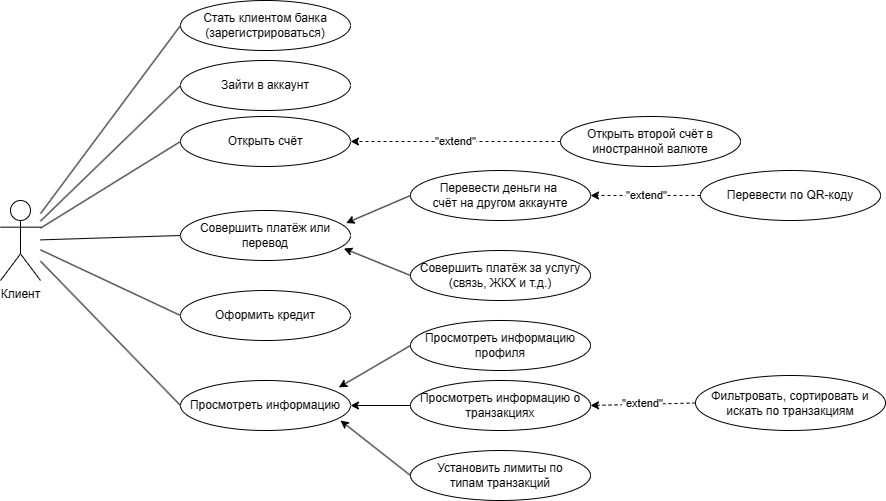
user-of-github/BSUIR_Labs_Financial-information-processing-technologies keeps this draw.io diagram as LR1/usecase.png. Above is the earlier version. Source tidied: cells renumbered, new cells last; positions are measured from the earlier drawing's top-left corner, leaving out a move shared by most shapes.
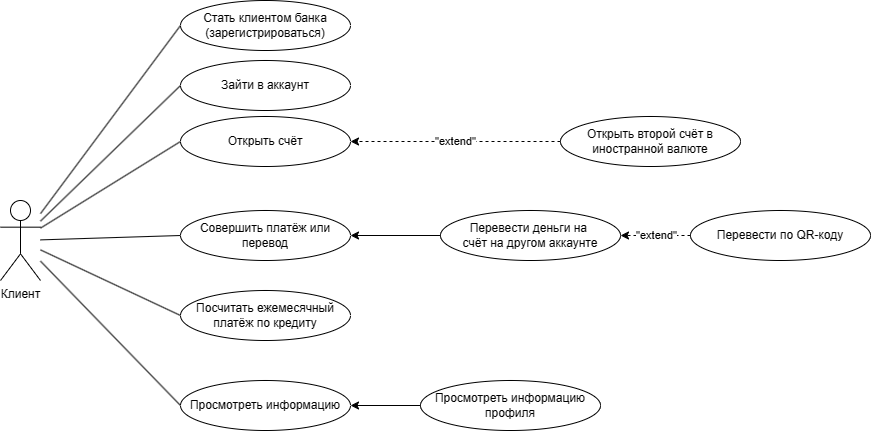
Later version of the same file.

The edit, as a diff of the source:
```diff
@@ -12,38 +12,23 @@
       <mxGeometry x="180" y="210" width="170" height="50" as="geometry" />
     </mxCell>
     <mxCell id="5" value="Перевести деньги на&amp;nbsp;&lt;br&gt;счёт на другом аккаунте" style="ellipse;whiteSpace=wrap;html=1;" parent="1" vertex="1">
-      <mxGeometry x="410" y="170" width="180" height="50" as="geometry" />
+      <mxGeometry x="440" y="210" width="180" height="50" as="geometry" />
     </mxCell>
-    <mxCell id="6" value="Совершить платёж за услугу (связь, ЖКХ и т.д.)" style="ellipse;whiteSpace=wrap;html=1;" parent="1" vertex="1">
-      <mxGeometry x="410" y="250" width="180" height="50" as="geometry" />
-    </mxCell>
     <mxCell id="7" value="Перевести по QR-коду" style="ellipse;whiteSpace=wrap;html=1;" parent="1" vertex="1">
-      <mxGeometry x="700" y="170" width="180" height="50" as="geometry" />
+      <mxGeometry x="690" y="210" width="180" height="50" as="geometry" />
     </mxCell>
     <mxCell id="8" value="Зайти в аккаунт" style="ellipse;whiteSpace=wrap;html=1;" parent="1" vertex="1">
       <mxGeometry x="180" y="60" width="170" height="50" as="geometry" />
     </mxCell>
-    <mxCell id="9" value="Оформить кредит" style="ellipse;whiteSpace=wrap;html=1;" parent="1" vertex="1">
+    <mxCell id="9" value="Посчитать ежемесячный платёж по кредиту" style="ellipse;whiteSpace=wrap;html=1;" parent="1" vertex="1">
       <mxGeometry x="180" y="290" width="170" height="50" as="geometry" />
     </mxCell>
     <mxCell id="10" value="Просмотреть информацию" style="ellipse;whiteSpace=wrap;html=1;" parent="1" vertex="1">
       <mxGeometry x="180" y="380" width="170" height="50" as="geometry" />
     </mxCell>
     <mxCell id="11" value="Просмотреть информацию профиля" style="ellipse;whiteSpace=wrap;html=1;" parent="1" vertex="1">
-      <mxGeometry x="410" y="320" width="180" height="50" as="geometry" />
+      <mxGeometry x="420" y="380" width="180" height="50" as="geometry" />
     </mxCell>
-    <mxCell id="12" value="Просмотреть информацию о транзакциях" style="ellipse;whiteSpace=wrap;html=1;" parent="1" vertex="1">
-      <mxGeometry x="410" y="380" width="180" height="50" as="geometry" />
-    </mxCell>
-    <mxCell id="13" value="Фильтровать, сортировать и искать по транзакциям" style="ellipse;whiteSpace=wrap;html=1;" parent="1" vertex="1">
-      <mxGeometry x="695" y="375" width="190" height="55" as="geometry" />
-    </mxCell>
-    <mxCell id="14" style="endArrow=classic;html=1;rounded=0;entryX=1;entryY=0.5;entryDx=0;entryDy=0;exitX=0;exitY=0.5;exitDx=0;exitDy=0;dashed=1;" parent="1" edge="1" source="13" target="12">
-      <mxGeometry relative="1" as="geometry" />
-    </mxCell>
-    <mxCell id="15" value="&quot;extend&quot;" style="edgeLabel;html=1;align=center;verticalAlign=middle;" parent="14" vertex="1">
-      <mxGeometry x="0.01" y="-1" relative="1" as="geometry" />
-    </mxCell>
     <mxCell id="16" style="endArrow=none;html=1;rounded=0;entryX=0;entryY=0.5;entryDx=0;entryDy=0;" parent="1" edge="1" source="2" target="3">
       <mxGeometry relative="1" as="geometry" />
     </mxCell>
@@ -59,9 +44,6 @@
     <mxCell id="20" style="endArrow=none;html=1;rounded=0;entryX=0;entryY=0.5;entryDx=0;entryDy=0;" parent="1" edge="1" source="2" target="10">
       <mxGeometry relative="1" as="geometry" />
     </mxCell>
-    <mxCell id="21" value="Установить лимиты по &lt;br&gt;типам транзакций" style="ellipse;whiteSpace=wrap;html=1;" parent="1" vertex="1">
-      <mxGeometry x="410" y="450" width="180" height="50" as="geometry" />
-    </mxCell>
     <mxCell id="22" value="Открыть счёт" style="ellipse;whiteSpace=wrap;html=1;" parent="1" vertex="1">
       <mxGeometry x="180" y="116" width="170" height="50" as="geometry" />
     </mxCell>
@@ -77,19 +59,10 @@
     <mxCell id="26" value="Открыть второй счёт в иностранной валюте" style="ellipse;whiteSpace=wrap;html=1;" parent="1" vertex="1">
       <mxGeometry x="560" y="116" width="180" height="50" as="geometry" />
     </mxCell>
-    <mxCell id="27" style="endArrow=classic;html=1;rounded=0;exitX=0;exitY=0.5;exitDx=0;exitDy=0;entryX=0.931;entryY=0.138;entryDx=0;entryDy=0;entryPerimeter=0;" parent="1" edge="1" source="11" target="10">
+    <mxCell id="27" style="endArrow=classic;html=1;rounded=0;exitX=0;exitY=0.5;exitDx=0;exitDy=0;entryX=1;entryY=0.5;entryDx=0;entryDy=0;" parent="1" edge="1" source="11" target="10">
       <mxGeometry relative="1" as="geometry" />
     </mxCell>
-    <mxCell id="28" style="endArrow=classic;html=1;rounded=0;exitX=0;exitY=0.5;exitDx=0;exitDy=0;entryX=1;entryY=0.5;entryDx=0;entryDy=0;" parent="1" edge="1" source="12" target="10">
-      <mxGeometry relative="1" as="geometry" />
-    </mxCell>
-    <mxCell id="29" style="endArrow=classic;html=1;rounded=0;exitX=0;exitY=0.5;exitDx=0;exitDy=0;entryX=0.941;entryY=0.8;entryDx=0;entryDy=0;entryPerimeter=0;" parent="1" edge="1" source="21" target="10">
-      <mxGeometry relative="1" as="geometry" />
-    </mxCell>
-    <mxCell id="30" style="endArrow=classic;html=1;rounded=0;exitX=0;exitY=0.5;exitDx=0;exitDy=0;entryX=0.961;entryY=0.76;entryDx=0;entryDy=0;entryPerimeter=0;" parent="1" edge="1" source="6" target="4">
-      <mxGeometry relative="1" as="geometry" />
-    </mxCell>
-    <mxCell id="31" style="endArrow=classic;html=1;rounded=0;exitX=0;exitY=0.5;exitDx=0;exitDy=0;entryX=0.974;entryY=0.251;entryDx=0;entryDy=0;entryPerimeter=0;" parent="1" edge="1" source="5" target="4">
+    <mxCell id="31" style="endArrow=classic;html=1;rounded=0;exitX=0;exitY=0.5;exitDx=0;exitDy=0;entryX=1;entryY=0.5;entryDx=0;entryDy=0;" parent="1" edge="1" source="5" target="4">
       <mxGeometry relative="1" as="geometry" />
     </mxCell>
     <mxCell id="32" style="endArrow=classic;html=1;rounded=0;entryX=1;entryY=0.5;entryDx=0;entryDy=0;dashed=1;exitX=0;exitY=0.5;exitDx=0;exitDy=0;" parent="1" edge="1" source="7" target="5">
```
